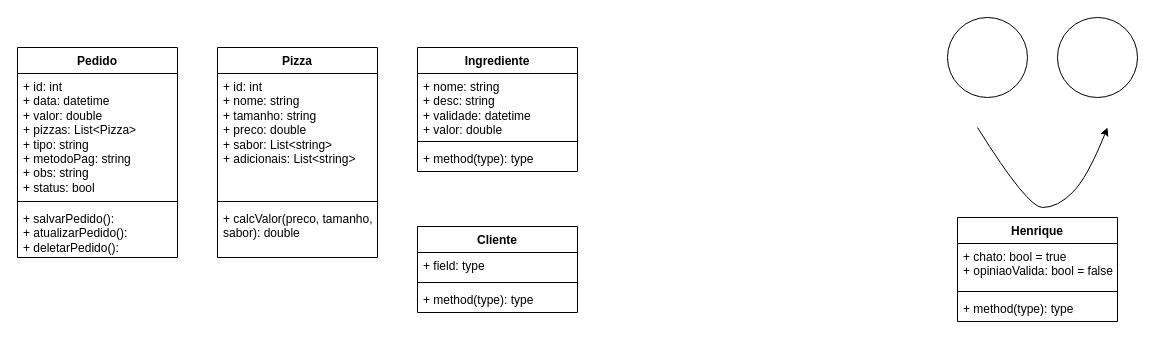
This is Classes.drawio from Gabi-r7/Pizzaria-turma-1, a draw.io file, before an edit. Source tidied: cells renumbered, new cells numbered last; positions are measured from the earlier drawing's top-left corner, leaving out a move shared by most shapes. Both pictures are drawn from the tidied source at 100%, with x=0, y=0 at pixel (17, 17).
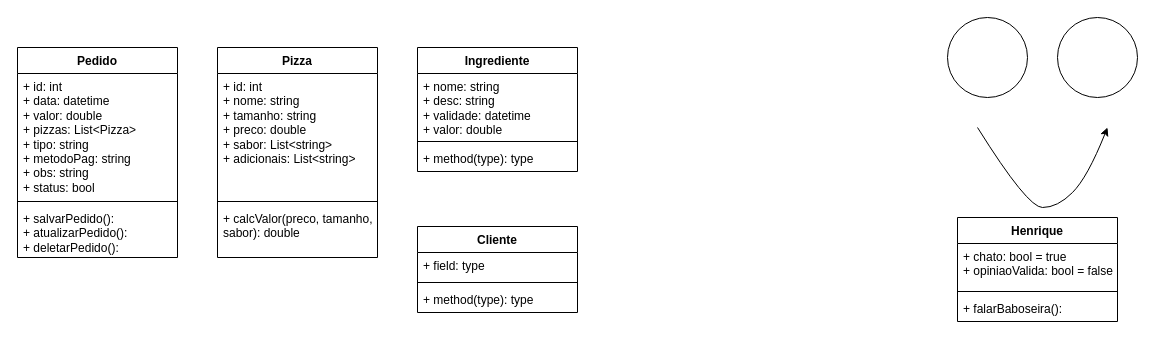
The same diagram, later.

The change refers to these unchanged cells:
```xml
<mxCell id="21" value="Henrique" style="swimlane;fontStyle=1;align=center;verticalAlign=top;horizontal=1;startSize=26;whiteSpace=wrap;html=1;" parent="1" vertex="1">
  <mxGeometry x="940" y="200" width="160" height="104" as="geometry" />
</mxCell>
```

The edit, as a diff of the source:
```diff
@@
-    <mxCell id="24" value="+ method(type): type" style="text;strokeColor=none;fillColor=none;align=left;verticalAlign=top;spacingLeft=4;spacingRight=4;overflow=hidden;whiteSpace=wrap;html=1;" parent="21" vertex="1">
+    <mxCell id="24" value="+ falarBaboseira():&amp;nbsp;" style="text;strokeColor=none;fillColor=none;align=left;verticalAlign=top;spacingLeft=4;spacingRight=4;overflow=hidden;whiteSpace=wrap;html=1;" parent="21" vertex="1">
       <mxGeometry y="78" width="160" height="26" as="geometry" />
     </mxCell>
```
